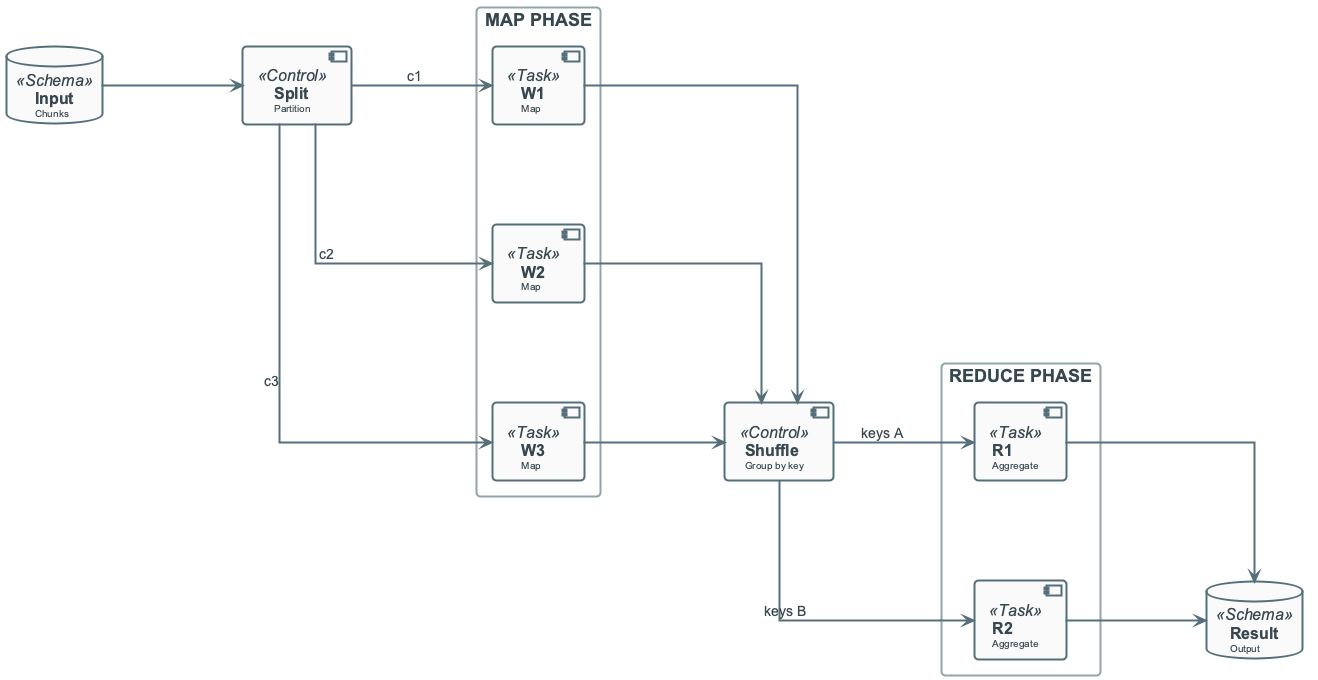
The PlantUML diagram diagrams/week03/week3_lecture_slide13_system_overview.png in OrPerets/data-engineering-course, before a commit.
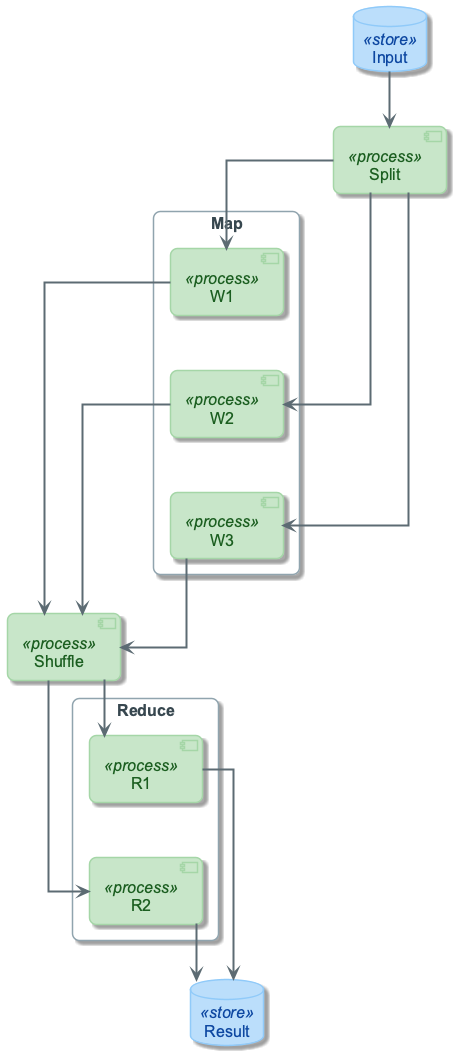
Above is the later version.

Change to the diagram source:
```diff
@@ -1,39 +1,38 @@
 @startuml
 !include ../_template_styles.puml
+!include _week3_visual_style.puml
+
 top to bottom direction
+skinparam nodesep 70
+skinparam ranksep 55
 
-database "**Input**\n<size:10>Chunks</size>" as INP <<Schema>>
+database "Input" as INP <<store>>
+component "Split" as SPLIT <<process>>
+rectangle "Map" as MAP_PHASE {
+  component "W1" as W1 <<process>>
+  component "W2" as W2 <<process>>
+  component "W3" as W3 <<process>>
+  W1 -[hidden]down- W2
+  W2 -[hidden]down- W3
+}
+component "Shuffle" as SORT_XFER <<process>>
+rectangle "Reduce" as REDUCE_PHASE {
+  component "R1" as R1 <<process>>
+  component "R2" as R2 <<process>>
+  R1 -[hidden]down- R2
+}
+database "Result" as OUT <<store>>
 
-component "**Split**\n<size:10>Partition</size>" as SPLIT <<Control>>
-
-rectangle "MAP PHASE" #FFFFFF {
-    component "**W1**\n<size:10>Map</size>" as W1 <<Task>>
-    component "**W2**\n<size:10>Map</size>" as W2 <<Task>>
-    component "**W3**\n<size:10>Map</size>" as W3 <<Task>>
-    W1 -[hidden]down- W2
-    W2 -[hidden]down- W3
-}
-
-component "**Shuffle**\n<size:10>Group by key</size>" as SORT_XFER <<Control>>
-
-rectangle "REDUCE PHASE" #FFFFFF {
-    component "**R1**\n<size:10>Aggregate</size>" as R1 <<Task>>
-    component "**R2**\n<size:10>Aggregate</size>" as R2 <<Task>>
-    R1 -[hidden]down- R2
-}
-
-database "**Result**\n<size:10>Output</size>" as OUT <<Schema>>
-
-INP -right-> SPLIT
-SPLIT -right-> W1 : c1
-SPLIT -right-> W2 : c2
-SPLIT -right-> W3 : c3
-W1 -right-> SORT_XFER
-W2 -right-> SORT_XFER
-W3 -right-> SORT_XFER
-SORT_XFER -right-> R1 : keys A
-SORT_XFER -right-> R2 : keys B
-R1 -right-> OUT
-R2 -right-> OUT
+INP -down-> SPLIT
+SPLIT -down-> W1
+SPLIT -down-> W2
+SPLIT -down-> W3
+W1 -down-> SORT_XFER
+W2 -down-> SORT_XFER
+W3 -down-> SORT_XFER
+SORT_XFER -down-> R1
+SORT_XFER -down-> R2
+R1 -down-> OUT
+R2 -down-> OUT
 
 @enduml
```
